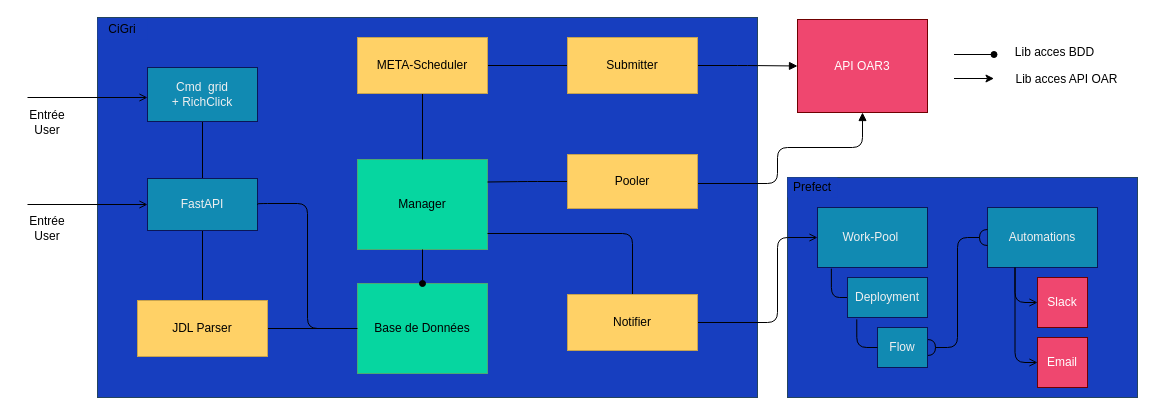
This is docs/img/diagram/architecture_cigri_v4.drawio from 2023-2024-PROJET-S10-G10/docs, a draw.io file, before an edit. Source tidied: cells renumbered, new cells numbered last; positions are measured from the earlier drawing's top-left corner, leaving out a move shared by most shapes. Both pictures are drawn from the tidied source at 100%, with x=0, y=0 at pixel (17, 17).
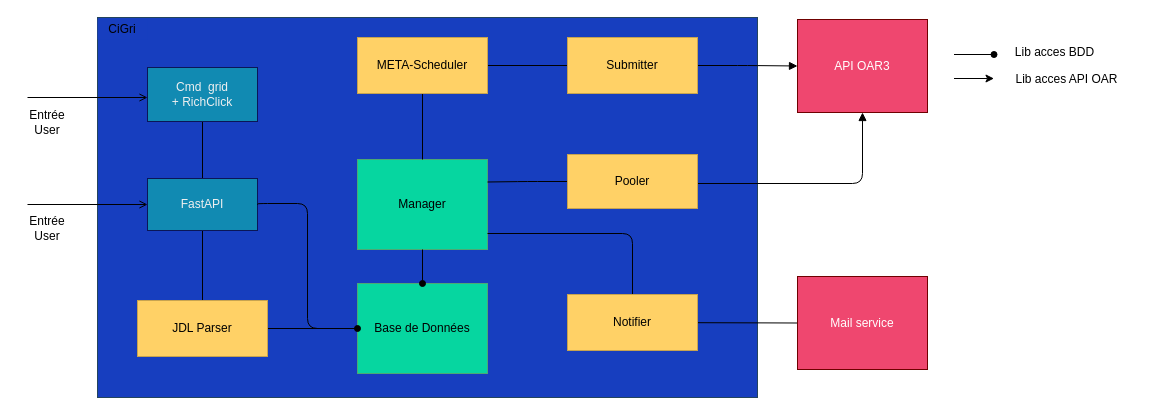
The same page after the edit.

Commit message:
Docs: Remove prefect from the architecture of CiGri v4

Unchanged cells that the change refers to:
```xml
<mxCell id="15" value="&lt;font color=&quot;#f0f0f0&quot;&gt;FastAPI&lt;/font&gt;" style="rounded=0;whiteSpace=wrap;html=1;fillColor=#118ab2;fontColor=#ffffff;strokeColor=#0A1657;" parent="1" vertex="1">
  <mxGeometry x="130" y="161" width="110" height="52" as="geometry" />
</mxCell>
<mxCell id="22" value="Pooler" style="whiteSpace=wrap;html=1;fillColor=#FFD166;strokeColor=#C7A350;fontColor=#000000;" parent="1" vertex="1">
  <mxGeometry x="550" y="137" width="130" height="54" as="geometry" />
</mxCell>
<mxCell id="24" value="Notifier" style="whiteSpace=wrap;html=1;fillColor=#FFD166;strokeColor=#C7A350;fontColor=#000000;" parent="1" vertex="1">
  <mxGeometry x="550" y="277" width="130" height="56" as="geometry" />
</mxCell>
<mxCell id="28" value="&lt;font&gt;API OAR3&lt;/font&gt;" style="rounded=0;whiteSpace=wrap;html=1;fillColor=#EF476F;fontColor=#FFFFFF;strokeColor=#6F0000;" parent="1" vertex="1">
  <mxGeometry x="780" y="2" width="130" height="93" as="geometry" />
</mxCell>
<mxCell id="45" value="&lt;font color=&quot;#000000&quot;&gt;Base de Données&lt;/font&gt;" style="rounded=0;whiteSpace=wrap;html=1;fillColor=#06d6a0;fontColor=#ffffff;strokeColor=#4ca974;" parent="1" vertex="1">
  <mxGeometry x="340" y="266" width="130" height="90" as="geometry" />
</mxCell>
```

Diff of the diagram source:
```diff
@@
-    <mxCell id="16" style="rounded=0;whiteSpace=wrap;html=1;fillColor=#173EBF;strokeColor=#23445d;" parent="1" vertex="1">
-      <mxGeometry x="770" y="160" width="350" height="220" as="geometry" />
-    </mxCell>
@@
     <mxCell id="21" style="edgeStyle=orthogonalEdgeStyle;html=1;entryX=0.5;entryY=1;entryDx=0;entryDy=0;fontColor=#FFFFFF;endArrow=block;endFill=1;" parent="1" edge="1" source="22" target="28">
       <mxGeometry relative="1" as="geometry">
         <Array as="points">
-          <mxPoint x="760" y="166" />
-          <mxPoint x="760" y="130" />
-          <mxPoint x="845" y="130" />
+          <mxPoint x="845" y="166" />
         </Array>
       </mxGeometry>
     </mxCell>
@@
-    <mxCell id="23" style="edgeStyle=orthogonalEdgeStyle;html=1;fontColor=#FFFFFF;startArrow=none;startFill=0;endArrow=open;endFill=0;" parent="1" edge="1" source="24" target="32">
-      <mxGeometry relative="1" as="geometry">
-        <Array as="points">
-          <mxPoint x="760" y="305" />
-          <mxPoint x="760" y="220" />
-        </Array>
-      </mxGeometry>
-    </mxCell>
+    <mxCell id="48" style="edgeStyle=none;html=1;entryX=0;entryY=0.5;entryDx=0;entryDy=0;endArrow=none;endFill=0;" parent="1" edge="1" source="24" target="49">
+      <mxGeometry relative="1" as="geometry" />
+    </mxCell>
@@
-    <mxCell id="25" value="&lt;font color=&quot;#f0f0f0&quot;&gt;Automations&lt;/font&gt;" style="rounded=0;whiteSpace=wrap;html=1;fillColor=#118ab2;fontColor=#ffffff;strokeColor=#0A1657;" parent="1" vertex="1">
-      <mxGeometry x="970" y="190" width="110" height="60" as="geometry" />
-    </mxCell>
-    <mxCell id="26" value="Slack" style="whiteSpace=wrap;html=1;fillColor=#ef476f;fontColor=#ffffff;strokeColor=#6F0000;" parent="1" vertex="1">
-      <mxGeometry x="1020" y="260" width="50" height="50" as="geometry" />
-    </mxCell>
-    <mxCell id="27" value="Email" style="whiteSpace=wrap;html=1;fillColor=#ef476f;fontColor=#ffffff;strokeColor=#6F0000;" parent="1" vertex="1">
-      <mxGeometry x="1020" y="320" width="50" height="50" as="geometry" />
-    </mxCell>
@@
-    <mxCell id="29" style="edgeStyle=orthogonalEdgeStyle;html=1;exitX=0.25;exitY=1;exitDx=0;exitDy=0;entryX=0;entryY=0.5;entryDx=0;entryDy=0;fontColor=#000000;endArrow=open;endFill=0;" parent="1" edge="1" source="25" target="26">
-      <mxGeometry relative="1" as="geometry" />
-    </mxCell>
-    <mxCell id="30" style="edgeStyle=orthogonalEdgeStyle;html=1;exitX=0.25;exitY=1;exitDx=0;exitDy=0;entryX=0;entryY=0.5;entryDx=0;entryDy=0;fontColor=#000000;endArrow=open;endFill=0;" parent="1" edge="1" source="25" target="27">
-      <mxGeometry relative="1" as="geometry">
-        <Array as="points">
-          <mxPoint x="998" y="345" />
-        </Array>
-      </mxGeometry>
-    </mxCell>
-    <mxCell id="31" style="edgeStyle=orthogonalEdgeStyle;html=1;exitX=0.126;exitY=1.019;exitDx=0;exitDy=0;entryX=0;entryY=0.5;entryDx=0;entryDy=0;fontColor=#FFFFFF;endArrow=none;endFill=0;exitPerimeter=0;" parent="1" edge="1" source="32" target="33">
-      <mxGeometry relative="1" as="geometry" />
-    </mxCell>
-    <mxCell id="32" value="&lt;font color=&quot;#f0f0f0&quot;&gt;Work-Pool&amp;nbsp;&lt;/font&gt;" style="rounded=0;whiteSpace=wrap;html=1;fillColor=#118ab2;fontColor=#ffffff;strokeColor=#0A1657;" parent="1" vertex="1">
-      <mxGeometry x="800" y="190" width="110" height="60" as="geometry" />
-    </mxCell>
-    <mxCell id="33" value="&lt;font color=&quot;#f0f0f0&quot;&gt;Deployment&lt;/font&gt;" style="rounded=0;whiteSpace=wrap;html=1;fillColor=#118AB2;fontColor=#ffffff;strokeColor=#0A1657;" parent="1" vertex="1">
-      <mxGeometry x="830" y="260" width="80" height="40" as="geometry" />
-    </mxCell>
-    <mxCell id="34" style="edgeStyle=orthogonalEdgeStyle;html=1;entryX=0;entryY=0.5;entryDx=0;entryDy=0;fontColor=#FFFFFF;endArrow=halfCircle;endFill=0;startArrow=halfCircle;startFill=0;" parent="1" edge="1" source="35" target="25">
-      <mxGeometry relative="1" as="geometry" />
-    </mxCell>
-    <mxCell id="35" value="&lt;font color=&quot;#f0f0f0&quot;&gt;Flow&lt;/font&gt;" style="rounded=0;whiteSpace=wrap;html=1;fillColor=#118AB2;fontColor=#ffffff;strokeColor=#0A1657;" parent="1" vertex="1">
-      <mxGeometry x="860" y="310" width="50" height="40" as="geometry" />
-    </mxCell>
-    <mxCell id="36" style="edgeStyle=orthogonalEdgeStyle;html=1;exitX=0.116;exitY=1.047;exitDx=0;exitDy=0;entryX=0;entryY=0.5;entryDx=0;entryDy=0;fontColor=#FFFFFF;endArrow=none;endFill=0;exitPerimeter=0;" parent="1" edge="1" source="33" target="35">
-      <mxGeometry relative="1" as="geometry" />
-    </mxCell>
@@
-    <mxCell id="43" value="Prefect" style="rounded=0;whiteSpace=wrap;html=1;fillColor=#173EBF;strokeColor=none;" parent="1" vertex="1">
-      <mxGeometry x="770" y="160" width="50" height="20" as="geometry" />
-    </mxCell>
@@
-    <mxCell id="47" style="edgeStyle=orthogonalEdgeStyle;html=1;fontColor=#000000;endArrow=none;endFill=0;exitX=1;exitY=0.5;exitDx=0;exitDy=0;entryX=0;entryY=0.5;entryDx=0;entryDy=0;" parent="1" edge="1" source="15" target="45">
+    <mxCell id="47" style="edgeStyle=orthogonalEdgeStyle;html=1;fontColor=#000000;endArrow=oval;endFill=1;exitX=1;exitY=0.5;exitDx=0;exitDy=0;entryX=0;entryY=0.5;entryDx=0;entryDy=0;" parent="1" edge="1" source="15" target="45">
       <mxGeometry relative="1" as="geometry">
         <Array as="points">
           <mxPoint x="240" y="186" />
           <mxPoint x="290" y="186" />
           <mxPoint x="290" y="311" />
         </Array>
       </mxGeometry>
     </mxCell>
+    <mxCell id="49" value="&lt;font&gt;Mail service&lt;/font&gt;" style="rounded=0;whiteSpace=wrap;html=1;fillColor=#EF476F;fontColor=#FFFFFF;strokeColor=#6F0000;" parent="1" vertex="1">
+      <mxGeometry x="780" y="259" width="130" height="93" as="geometry" />
+    </mxCell>
```
